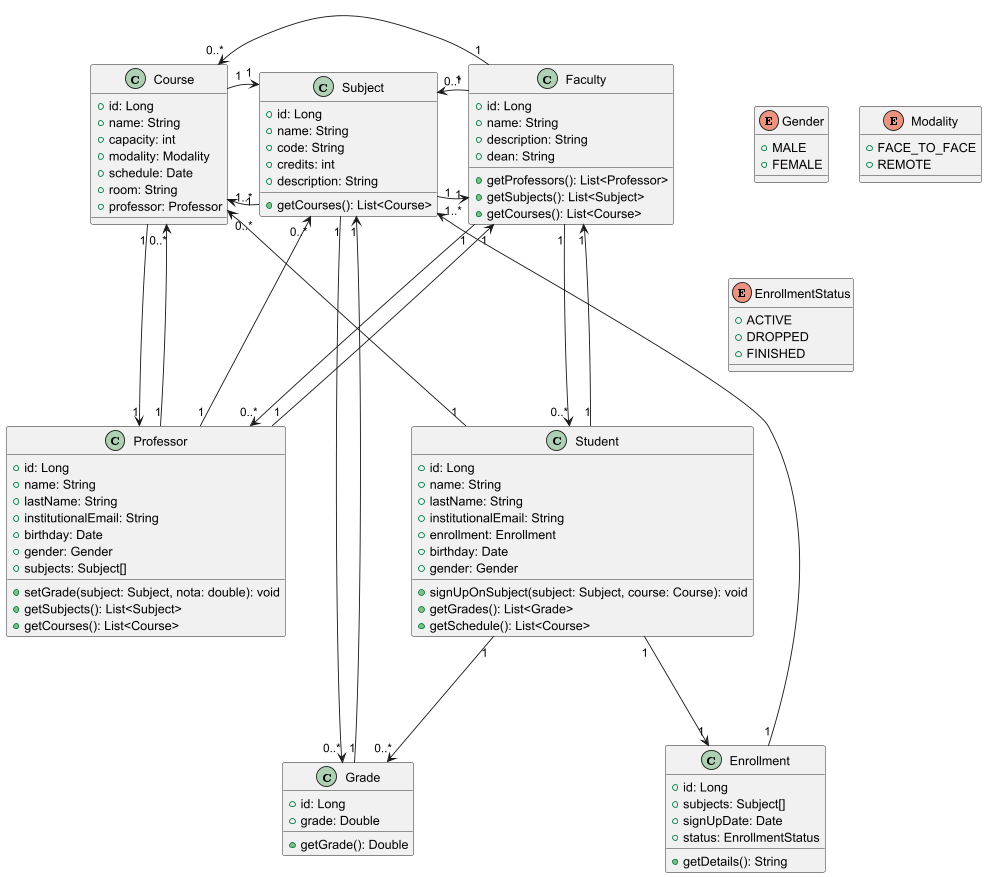
Earlier version of the PlantUML export docs/uml/college_system-0.png (wesdell/college_system). The source it was exported from:
```plantuml
@startuml
class Student {
    +id: Long
    +name: String
    +lastName: String
    +institutionalEmail: String
    +enrollment: Enrollment
    +birthday: Date
    +gender: Gender
    +signUpOnSubject(subject: Subject, course: Course): void
    +getGrades(): List<Grade>
    +getSchedule(): List<Course>
}
class Professor {
    +id: Long
    +name: String
    +lastName: String
    +institutionalEmail: String
    +birthday: Date
    +gender: Gender
    +subjects: Subject[]
    +setGrade(subject: Subject, nota: double): void
    +getSubjects(): List<Subject>
    +getCourses(): List<Course>
}
class Subject {
    +id: Long
    +name: String
    +code: String
    +credits: int
    +description: String
    +getCourses(): List<Course>
}
class Course {
    +id: Long
    +name: String
    +capacity: int
    +modality: Modality
    +schedule: Date
    +room: String
    +professor: Professor
}
class Grade {
    +id: Long
    +grade: Double
    +getGrade(): Double
}
class Enrollment {
    +id: Long
    +subjects: Subject[]
    +signUpDate: Date
    +status: EnrollmentStatus
    +getDetails(): String
}
class Faculty {
    +id: Long
    +name: String
    +description: String
    +dean: String
    +getProfessors(): List<Professor>
    +getSubjects(): List<Subject>
    +getCourses(): List<Course>
}
enum Gender {
    +MALE
    +FEMALE
}
enum Modality {
    +FACE_TO_FACE
    +REMOTE
}
enum EnrollmentStatus {
    +ACTIVE
    +DROPPED
    +FINISHED
}

Student "1" ---> "1" Enrollment
Student "1" ---> "1" Faculty
Student "1" ---> "0..*" Grade
Student "1" ---> "0..*" Course

Professor "1" ---> "0..*" Subject
Professor "1" ---> "1" Faculty
Professor "1" ---> "0..*" Course

Subject "1" --l-> "1..*" Course
Subject "1" --r-> "1" Faculty
Subject "1" ---> "0..*" Grade

Enrollment "1" ---> "1..*" Subject

Course "1" ---> "1" Subject
Course "1" ---> "1" Professor

Grade "1" --l-> "1" Subject

Faculty "1" ---> "0..*" Subject
Faculty "1" ---> "0..*" Professor
Faculty "1" -r--> "0..*" Student
Faculty "1" --l-> "0..*" Course

@enduml
```
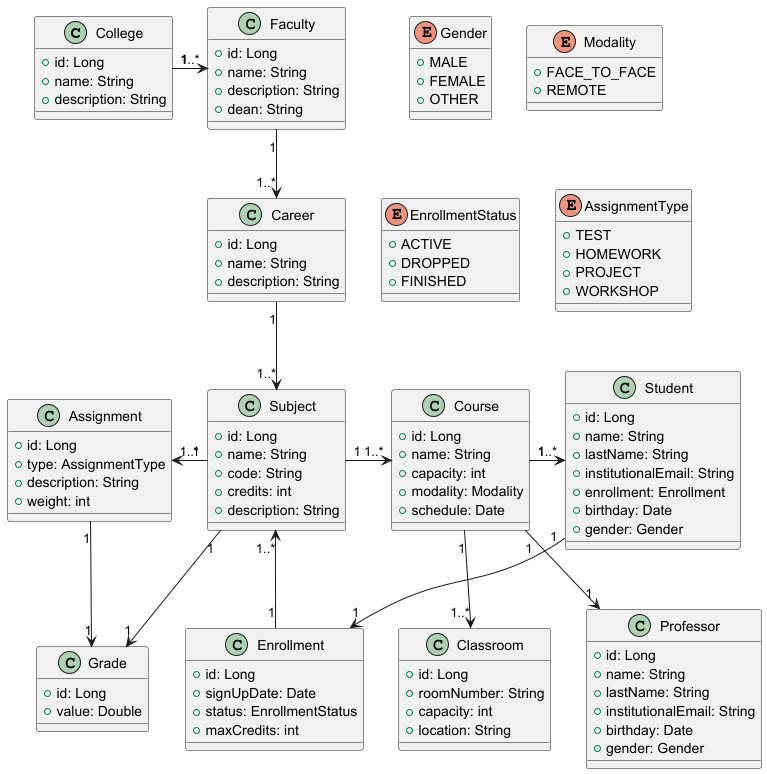
The same diagram one commit later.

Commit message:
Update app UML design to display on README file

What changed in the source:
```diff
@@ -1,4 +1,50 @@
 @startuml
+class College {
+    +id: Long
+    +name: String
+    +description: String
+}
+class Faculty {
+    +id: Long
+    +name: String
+    +description: String
+    +dean: String
+}
+class Classroom {
+    +id: Long
+    +roomNumber: String
+    +capacity: int
+    +location: String
+}
+class Career {
+    +id: Long
+    +name: String
+    +description: String
+}
+class Subject {
+    +id: Long
+    +name: String
+    +code: String
+    +credits: int
+    +description: String
+}
+class Course {
+    +id: Long
+    +name: String
+    +capacity: int
+    +modality: Modality
+    +schedule: Date
+}
+class Assignment {
+    +id: Long
+    +type: AssignmentType
+    +description: String
+    +weight: int
+}
+class Grade {
+    +id: Long
+    +value: Double
+}
 class Student {
     +id: Long
     +name: String
@@ -7,9 +53,6 @@
     +enrollment: Enrollment
     +birthday: Date
     +gender: Gender
-    +signUpOnSubject(subject: Subject, course: Course): void
-    +getGrades(): List<Grade>
-    +getSchedule(): List<Course>
 }
 class Professor {
     +id: Long
@@ -18,52 +61,17 @@
     +institutionalEmail: String
     +birthday: Date
     +gender: Gender
-    +subjects: Subject[]
-    +setGrade(subject: Subject, nota: double): void
-    +getSubjects(): List<Subject>
-    +getCourses(): List<Course>
-}
-class Subject {
-    +id: Long
-    +name: String
-    +code: String
-    +credits: int
-    +description: String
-    +getCourses(): List<Course>
-}
-class Course {
-    +id: Long
-    +name: String
-    +capacity: int
-    +modality: Modality
-    +schedule: Date
-    +room: String
-    +professor: Professor
-}
-class Grade {
-    +id: Long
-    +grade: Double
-    +getGrade(): Double
 }
 class Enrollment {
     +id: Long
-    +subjects: Subject[]
     +signUpDate: Date
     +status: EnrollmentStatus
-    +getDetails(): String
-}
-class Faculty {
-    +id: Long
-    +name: String
-    +description: String
-    +dean: String
-    +getProfessors(): List<Professor>
-    +getSubjects(): List<Subject>
-    +getCourses(): List<Course>
+    +maxCredits: int
 }
 enum Gender {
     +MALE
     +FEMALE
+    +OTHER
 }
 enum Modality {
     +FACE_TO_FACE
@@ -74,30 +82,24 @@
     +DROPPED
     +FINISHED
 }
+enum AssignmentType {
+    +TEST
+    +HOMEWORK
+    +PROJECT
+    +WORKSHOP
+}
 
-Student "1" ---> "1" Enrollment
-Student "1" ---> "1" Faculty
-Student "1" ---> "0..*" Grade
-Student "1" ---> "0..*" Course
-
-Professor "1" ---> "0..*" Subject
-Professor "1" ---> "1" Faculty
-Professor "1" ---> "0..*" Course
-
-Subject "1" --l-> "1..*" Course
-Subject "1" --r-> "1" Faculty
-Subject "1" ---> "0..*" Grade
-
-Enrollment "1" ---> "1..*" Subject
-
-Course "1" ---> "1" Subject
-Course "1" ---> "1" Professor
-
-Grade "1" --l-> "1" Subject
-
-Faculty "1" ---> "0..*" Subject
-Faculty "1" ---> "0..*" Professor
-Faculty "1" -r--> "0..*" Student
-Faculty "1" --l-> "0..*" Course
+College "1" -r-> "1..*" Faculty
+Faculty "1" --> "1..*" Career
+Career "1" --> "1..*" Subject
+Subject "1" -r-> "1..*" Course
+Course "1" --> "1..*" Classroom
+Course "1" --> "1" Professor
+Course "1" -r-> "1..*" Student
+Student "1" --> "1" Enrollment
+Enrollment "1" --> "1..*" Subject
+Subject "1" --> "1" Grade
+Subject "1" -l-> "1..*" Assignment
+Assignment "1" --> "1" Grade
 
 @enduml
```
